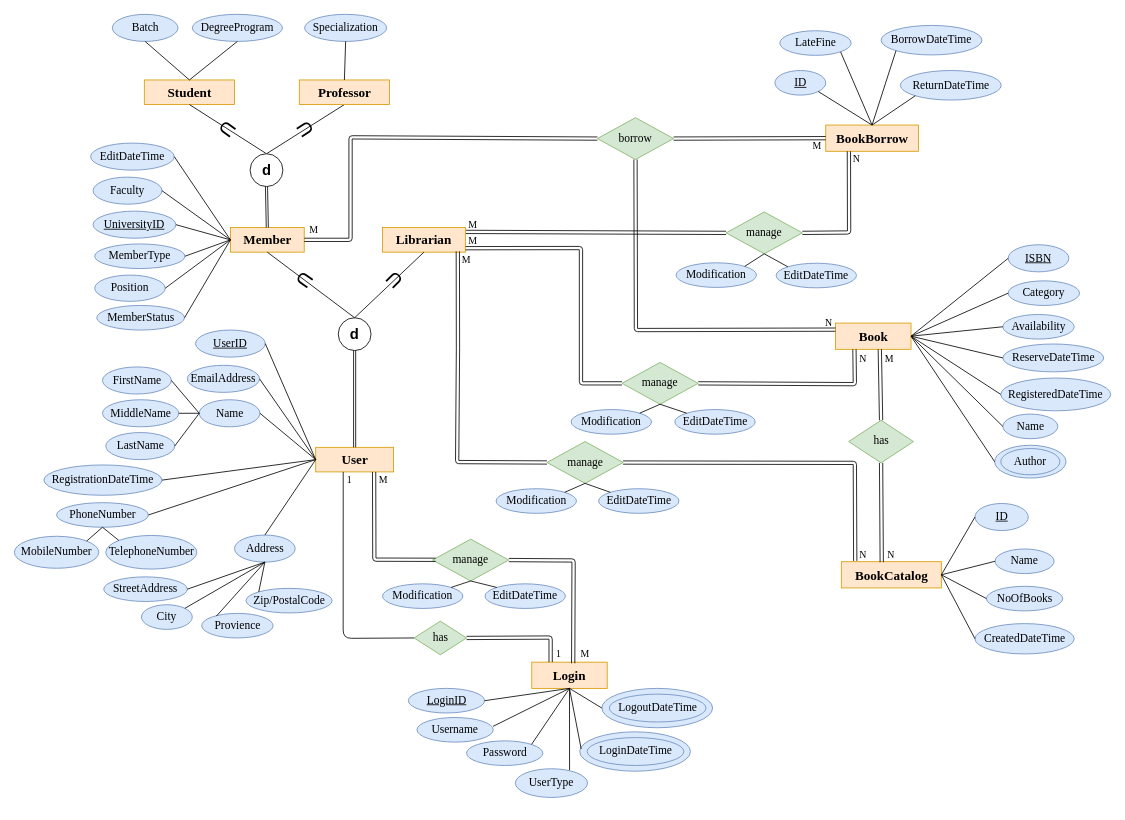
This is Documentation/Database/1.EERD/lsulibraryDB_EERD.drawio from hvlhasanka/Pearson_HND_Computing_Y1S2-Unit10_Web_Design_and_Development, a draw.io file, before an edit. Source tidied: cells renumbered, new cells numbered last; positions are measured from the earlier drawing's top-left corner, leaving out a move shared by most shapes. Both pictures are drawn from the tidied source at 82%, with x=0, y=0 at pixel (14, 14).
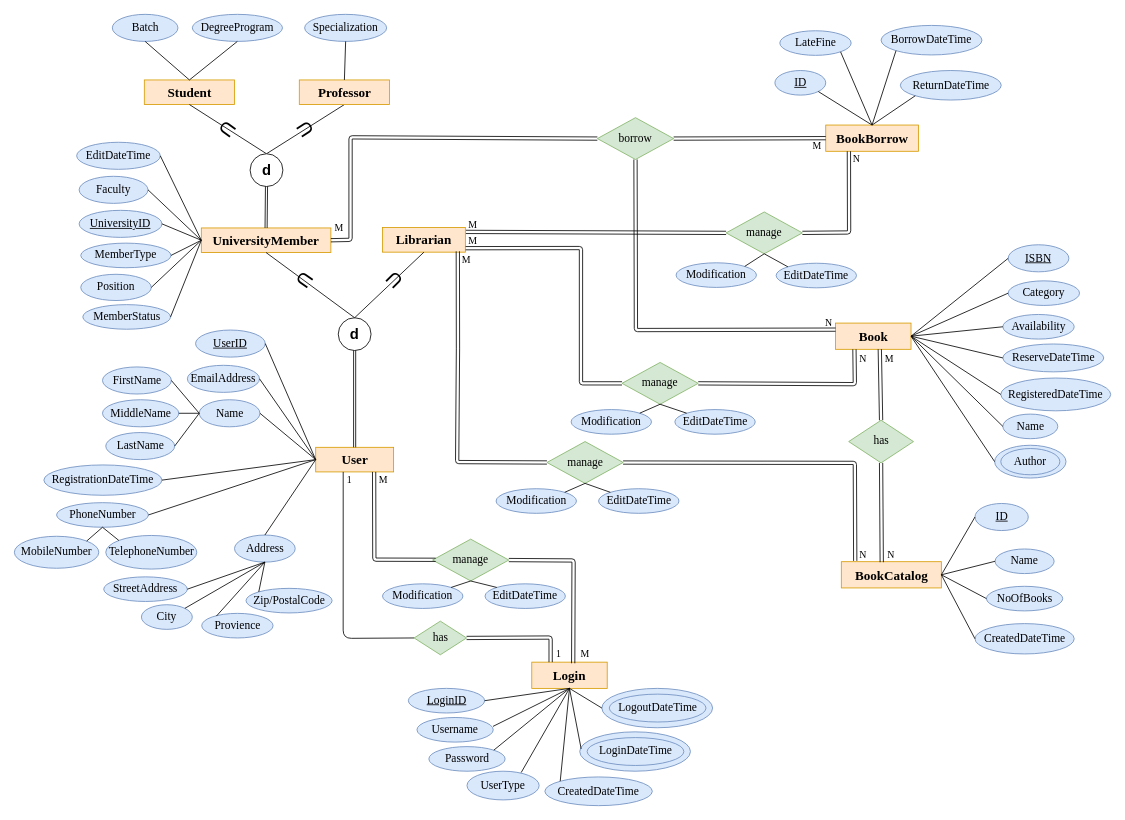
The same page after the edit.

Unchanged cells that the change refers to:
```xml
<mxCell id="69" value="Login" style="rounded=0;whiteSpace=wrap;html=1;fontFamily=Times New Roman;fontSize=16;fillColor=#ffe6cc;strokeColor=#d79b00;fontStyle=1;" parent="1" vertex="1">
  <mxGeometry x="631" y="790" width="92" height="32" as="geometry" />
</mxCell>
```

What changed in the source:
```diff
@@
-    <mxCell id="16" value="Member" style="rounded=0;whiteSpace=wrap;html=1;fontFamily=Times New Roman;fontSize=16;fillColor=#ffe6cc;strokeColor=#d79b00;fontStyle=1;" parent="1" vertex="1">
-      <mxGeometry x="263.5" y="260" width="90" height="30" as="geometry" />
+    <mxCell id="16" value="UniversityMember" style="rounded=0;whiteSpace=wrap;html=1;fontFamily=Times New Roman;fontSize=16;fillColor=#ffe6cc;strokeColor=#d79b00;fontStyle=1;" parent="1" vertex="1">
+      <mxGeometry x="228" y="260.5" width="158" height="30" as="geometry" />
     </mxCell>
@@
     <mxCell id="22" value="Faculty" style="ellipse;whiteSpace=wrap;html=1;fontFamily=Times New Roman;fontSize=14;fillColor=#dae8fc;strokeColor=#6c8ebf;" parent="1" vertex="1">
-      <mxGeometry x="96" y="198.5" width="84" height="33" as="geometry" />
+      <mxGeometry x="79" y="197.5" width="84" height="33" as="geometry" />
     </mxCell>
@@
     <mxCell id="24" value="&lt;u&gt;UniversityID&lt;/u&gt;" style="ellipse;whiteSpace=wrap;html=1;fontFamily=Times New Roman;fontSize=14;fillColor=#dae8fc;strokeColor=#6c8ebf;" parent="1" vertex="1">
-      <mxGeometry x="96" y="240" width="101" height="33" as="geometry" />
+      <mxGeometry x="79" y="239" width="101" height="33" as="geometry" />
     </mxCell>
@@
     <mxCell id="30" value="MemberStatus" style="ellipse;whiteSpace=wrap;html=1;fontFamily=Times New Roman;fontSize=14;fillColor=#dae8fc;strokeColor=#6c8ebf;" parent="1" vertex="1">
-      <mxGeometry x="100.5" y="355" width="107" height="30" as="geometry" />
+      <mxGeometry x="83.5" y="354" width="107" height="30" as="geometry" />
     </mxCell>
@@
     <mxCell id="44" value="EditDateTime" style="ellipse;whiteSpace=wrap;html=1;fontFamily=Times New Roman;fontSize=14;fillColor=#dae8fc;strokeColor=#6c8ebf;" parent="1" vertex="1">
-      <mxGeometry x="93" y="157" width="102" height="33" as="geometry" />
+      <mxGeometry x="76" y="156" width="102" height="33" as="geometry" />
     </mxCell>
     <mxCell id="45" value="MemberType" style="ellipse;whiteSpace=wrap;html=1;fontFamily=Times New Roman;fontSize=14;fillColor=#dae8fc;strokeColor=#6c8ebf;" parent="1" vertex="1">
-      <mxGeometry x="98" y="280" width="110" height="30" as="geometry" />
+      <mxGeometry x="81" y="279" width="110" height="30" as="geometry" />
     </mxCell>
@@
     <mxCell id="52" value="Position" style="ellipse;whiteSpace=wrap;html=1;fontFamily=Times New Roman;fontSize=14;fillColor=#dae8fc;strokeColor=#6c8ebf;" parent="1" vertex="1">
-      <mxGeometry x="98" y="318" width="86" height="32" as="geometry" />
+      <mxGeometry x="81" y="317" width="86" height="32" as="geometry" />
     </mxCell>
@@
     <mxCell id="94" value="Password" style="ellipse;whiteSpace=wrap;html=1;fontFamily=Times New Roman;fontSize=14;fillColor=#dae8fc;strokeColor=#6c8ebf;" parent="1" vertex="1">
-      <mxGeometry x="551.5" y="886" width="93" height="30" as="geometry" />
+      <mxGeometry x="505.5" y="893" width="93" height="30" as="geometry" />
     </mxCell>
     <mxCell id="95" value="UserType" style="ellipse;whiteSpace=wrap;html=1;fontFamily=Times New Roman;fontSize=14;fillColor=#dae8fc;strokeColor=#6c8ebf;" parent="1" vertex="1">
-      <mxGeometry x="611" y="920" width="88" height="35" as="geometry" />
+      <mxGeometry x="552" y="923" width="88" height="35" as="geometry" />
     </mxCell>
@@
     <mxCell id="111" value="M" style="text;html=1;align=left;verticalAlign=top;spacingTop=-4;fontFamily=Times New Roman;" parent="1" vertex="1">
-      <mxGeometry x="358" y="253" width="30" height="20" as="geometry" />
+      <mxGeometry x="389" y="250.5" width="30" height="20" as="geometry" />
     </mxCell>
@@
+    <mxCell id="169" value="CreatedDateTime" style="ellipse;whiteSpace=wrap;html=1;fontFamily=Times New Roman;fontSize=14;fillColor=#dae8fc;strokeColor=#6c8ebf;" parent="1" vertex="1">
+      <mxGeometry x="647" y="930" width="131" height="35" as="geometry" />
+    </mxCell>
+    <mxCell id="170" style="endArrow=none;html=1;exitX=0.5;exitY=1;exitDx=0;exitDy=0;entryX=0;entryY=0;entryDx=0;entryDy=0;" parent="1" edge="1" source="69" target="169">
+      <mxGeometry relative="1" as="geometry" />
+    </mxCell>
```
